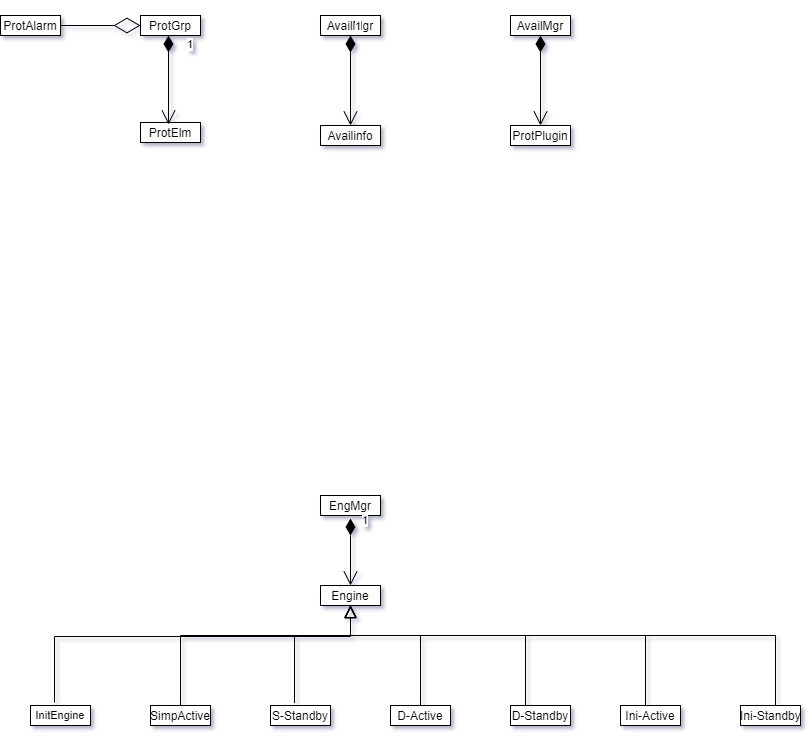
Above: UML/Engine.png in Steve888888/FN-Redundancy (draw.io), before the change. Source tidied: cells renumbered, new cells last; positions are measured from the earlier drawing's top-left corner, leaving out a move shared by most shapes.
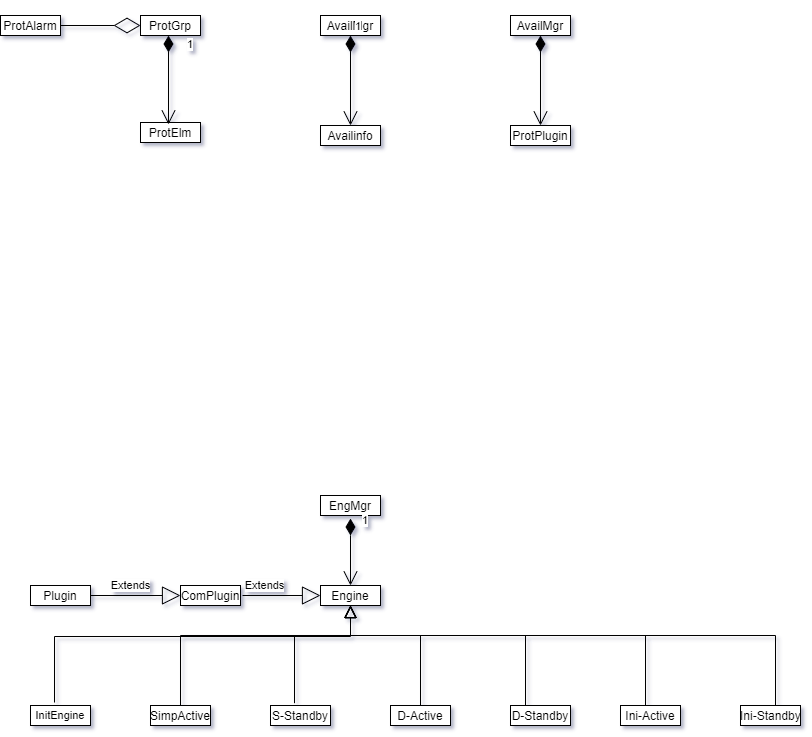
After the change.

Diff of the diagram source:
```diff
@@ -143,5 +143,23 @@
         <mxPoint x="140" y="10" as="targetPoint" />
       </mxGeometry>
     </mxCell>
+    <mxCell id="30" value="&lt;p style=&quot;margin: 0px ; margin-top: 4px ; text-align: center&quot;&gt;ComPlugin&lt;/p&gt;&lt;hr size=&quot;1&quot;&gt;&lt;div style=&quot;height: 2px&quot;&gt;&lt;/div&gt;" style="verticalAlign=top;align=left;overflow=fill;fontSize=12;fontFamily=Helvetica;html=1;" parent="1" vertex="1">
+      <mxGeometry x="180" y="570" width="60" height="20" as="geometry" />
+    </mxCell>
+    <mxCell id="31" value="&lt;p style=&quot;margin: 0px ; margin-top: 4px ; text-align: center&quot;&gt;Plugin&lt;/p&gt;&lt;hr size=&quot;1&quot;&gt;&lt;div style=&quot;height: 2px&quot;&gt;&lt;/div&gt;" style="verticalAlign=top;align=left;overflow=fill;fontSize=12;fontFamily=Helvetica;html=1;" parent="1" vertex="1">
+      <mxGeometry x="30" y="570" width="60" height="20" as="geometry" />
+    </mxCell>
+    <mxCell id="32" value="Extends" style="endArrow=block;endSize=16;endFill=0;html=1;" parent="1" edge="1">
+      <mxGeometry x="-0.11" y="10" relative="1" as="geometry">
+        <mxPoint x="90" y="580" as="sourcePoint" />
+        <mxPoint x="180" y="580" as="targetPoint" />
+      </mxGeometry>
+    </mxCell>
+    <mxCell id="33" value="Extends" style="endArrow=block;endSize=16;endFill=0;html=1;" parent="1" edge="1">
+      <mxGeometry x="-0.43" y="10" relative="1" as="geometry">
+        <mxPoint x="242" y="580" as="sourcePoint" />
+        <mxPoint x="320" y="580" as="targetPoint" />
+      </mxGeometry>
+    </mxCell>
   </root>
 </mxGraphModel>
```
